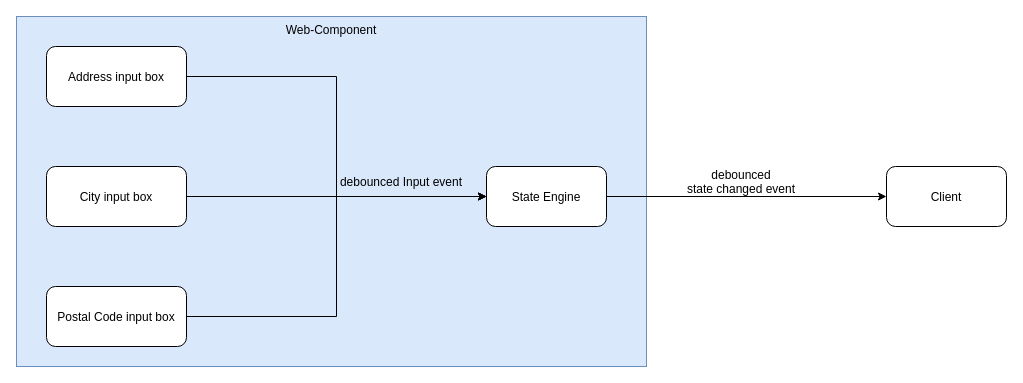
The draw.io diagram Components/Vanilla/Web-Components/diagrams/events.drawio in cobreti-demos/web-components, before the edit. Source tidied: cells renumbered, new cells numbered last; positions are measured from the earlier drawing's top-left corner, leaving out a move shared by most shapes. Both pictures are drawn from the tidied source at 100%, with x=0, y=0 at pixel (16, 16).
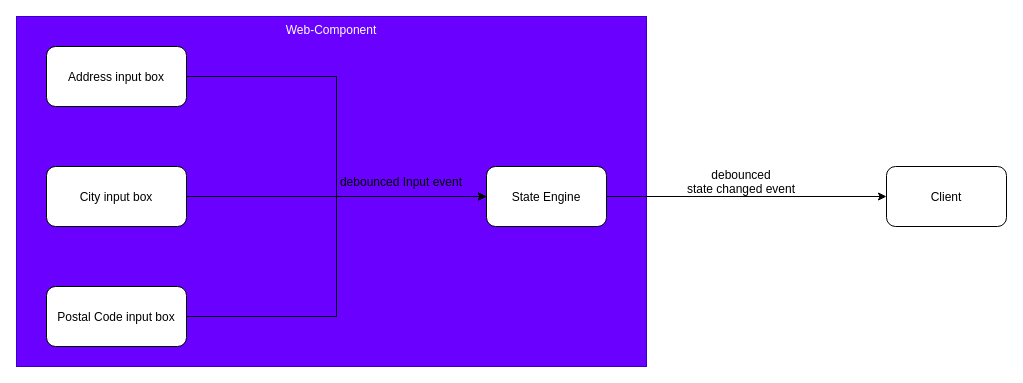
After the change.

Commit message (it also covers changes not shown here):
added json file to load web-component dynamically

Diff of the diagram source:
```diff
@@
 <mxGraphModel>
   <root>
     <mxCell id="0" />
     <mxCell id="1" parent="0" />
-    <mxCell id="2" value="Web-Component" style="rounded=0;fillColor=#dae8fc;strokeColor=#6c8ebf;verticalAlign=top;" parent="1" vertex="1">
+    <mxCell id="2" value="Web-Component" style="rounded=0;fillColor=#6a00ff;strokeColor=#3700CC;verticalAlign=top;fontColor=#ffffff;" parent="1" vertex="1">
       <mxGeometry width="630" height="350" as="geometry" />
     </mxCell>
     <mxCell id="3" style="edgeStyle=orthogonalEdgeStyle;rounded=0;jettySize=auto;entryX=0;entryY=0.5;entryDx=0;entryDy=0;" parent="1" edge="1" source="4" target="10">
       <mxGeometry relative="1" as="geometry" />
     </mxCell>
     <mxCell id="4" value="Address input box" style="rounded=1;" parent="1" vertex="1">
       <mxGeometry x="30" y="30" width="140" height="60" as="geometry" />
     </mxCell>
     <mxCell id="5" style="edgeStyle=orthogonalEdgeStyle;rounded=0;jettySize=auto;entryX=0;entryY=0.5;entryDx=0;entryDy=0;" parent="1" edge="1" source="6" target="10">
       <mxGeometry relative="1" as="geometry" />
     </mxCell>
     <mxCell id="6" value="City input box" style="rounded=1;" parent="1" vertex="1">
       <mxGeometry x="30" y="150" width="140" height="60" as="geometry" />
     </mxCell>
     <mxCell id="7" style="edgeStyle=orthogonalEdgeStyle;rounded=0;jettySize=auto;entryX=0;entryY=0.5;entryDx=0;entryDy=0;" parent="1" edge="1" source="8" target="10">
       <mxGeometry relative="1" as="geometry" />
     </mxCell>
     <mxCell id="8" value="Postal Code input box" style="rounded=1;" parent="1" vertex="1">
       <mxGeometry x="30" y="270" width="140" height="60" as="geometry" />
     </mxCell>
     <mxCell id="9" style="edgeStyle=orthogonalEdgeStyle;rounded=0;jettySize=auto;entryX=0;entryY=0.5;entryDx=0;entryDy=0;" parent="1" edge="1" source="10" target="12">
       <mxGeometry relative="1" as="geometry" />
     </mxCell>
     <mxCell id="10" value="State Engine" style="rounded=1;" parent="1" vertex="1">
       <mxGeometry x="470" y="150" width="120" height="60" as="geometry" />
     </mxCell>
     <mxCell id="11" value="debounced Input event" style="text;strokeColor=none;fillColor=none;align=center;verticalAlign=middle;rounded=0;" parent="1" vertex="1">
       <mxGeometry x="340" y="150" width="90" height="30" as="geometry" />
     </mxCell>
     <mxCell id="12" value="Client" style="rounded=1;" parent="1" vertex="1">
       <mxGeometry x="870" y="150" width="120" height="60" as="geometry" />
     </mxCell>
     <mxCell id="13" value="debounced&#10;state changed event" style="text;strokeColor=none;fillColor=none;align=center;verticalAlign=middle;rounded=0;" parent="1" vertex="1">
       <mxGeometry x="660" y="150" width="130" height="30" as="geometry" />
     </mxCell>
   </root>
 </mxGraphModel>
```
